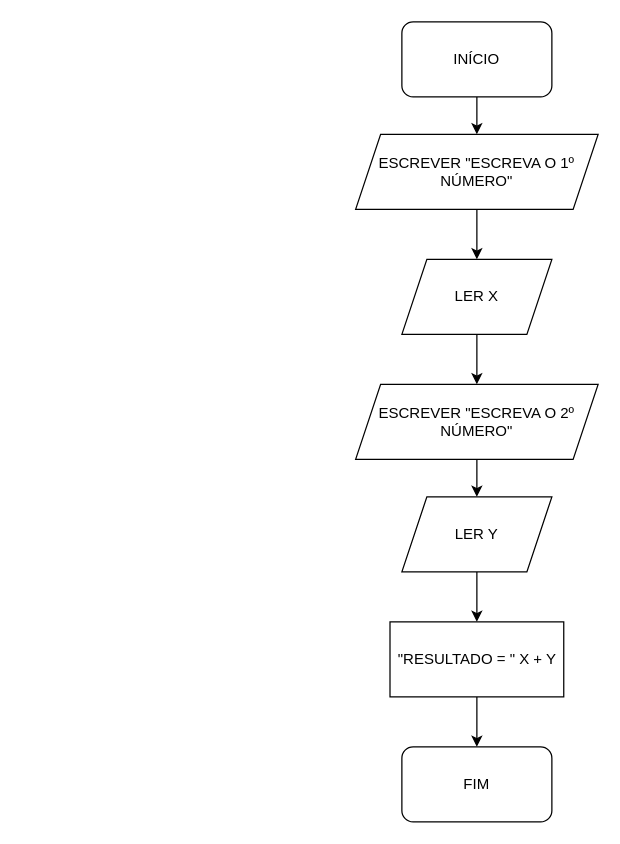
Earlier version of the draw.io diagram Exercicio1Word.drawio (VascoMatos/fluxogramas). Source tidied: cells renumbered, new cells numbered last; positions are measured from the earlier drawing's top-left corner, leaving out a move shared by most shapes. Both pictures are drawn from the tidied source at 125%, with x=0, y=0 at pixel (355, 21).
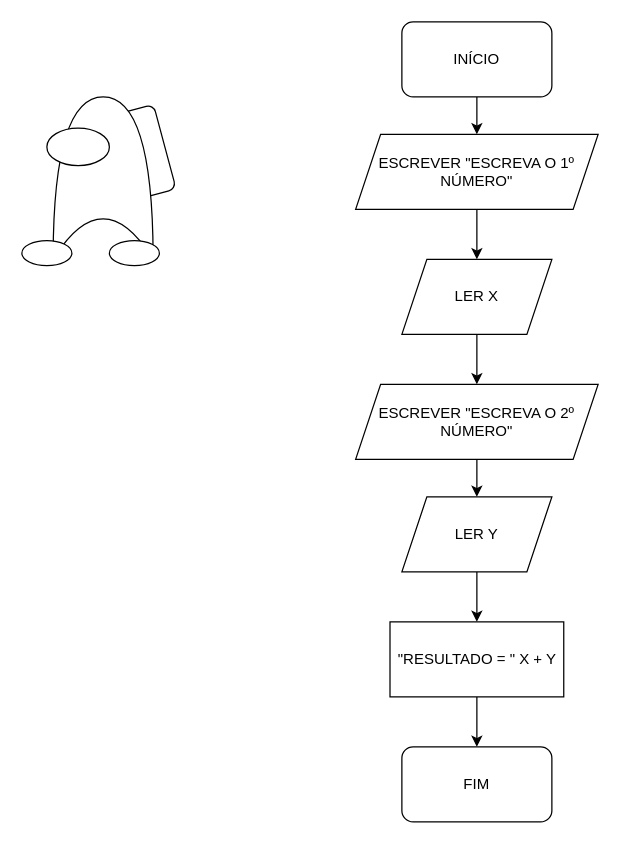
The same diagram, later.

What changed in the source:
```diff
@@
+    <mxCell id="15" style="group;" parent="1" vertex="1">
+      <mxGeometry x="-267" y="60" width="123.4" height="135" as="geometry" />
+    </mxCell>
+    <mxCell id="16" style="rounded=1;whiteSpace=wrap;html=1;rotation=75;direction=west;" parent="15" vertex="1">
+      <mxGeometry x="60" y="25" width="70" height="40" as="geometry" />
+    </mxCell>
+    <mxCell id="17" style="group;" parent="15" vertex="1">
+      <mxGeometry width="110" height="135" as="geometry" />
+    </mxCell>
+    <mxCell id="18" style="shape=xor;whiteSpace=wrap;html=1;rotation=-90;" parent="17" vertex="1">
+      <mxGeometry y="25" width="130" height="80" as="geometry" />
+    </mxCell>
+    <mxCell id="19" style="ellipse;whiteSpace=wrap;html=1;" parent="17" vertex="1">
+      <mxGeometry x="20" y="25" width="50" height="30" as="geometry" />
+    </mxCell>
+    <mxCell id="20" style="ellipse;whiteSpace=wrap;html=1;" parent="17" vertex="1">
+      <mxGeometry y="115" width="40" height="20" as="geometry" />
+    </mxCell>
+    <mxCell id="21" style="ellipse;whiteSpace=wrap;html=1;" parent="17" vertex="1">
+      <mxGeometry x="70" y="115" width="40" height="20" as="geometry" />
+    </mxCell>
```
